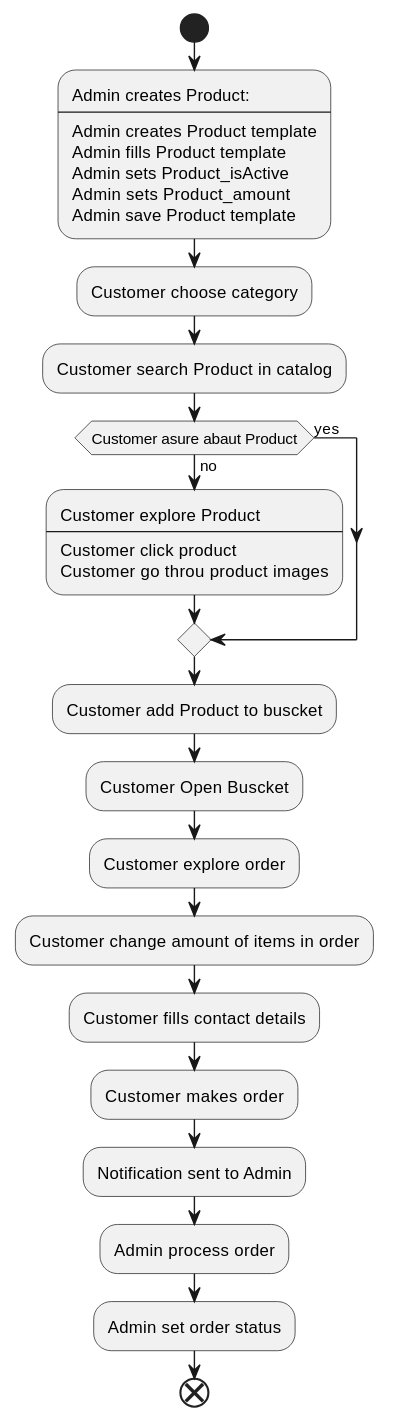
Before: out/uml/product.process/product.process.svg, a diagram exported from PlantUML (Dominus8/e-note.group). The source it was exported from:
```plantuml
@startuml
start
    :Admin creates Product:
    ----
    Admin creates Product template
    Admin fills Product template
    Admin sets Product_isActive
    Admin sets Product_amount
    Admin save Product template;

    :Customer choose category;
    :Customer search Product in catalog;
    if (Customer asure abaut Product) then (yes)

    else (no)
        :Customer explore Product
        ----
        Customer click product
        Customer go throu product images;
    endif

    :Customer add Product to buscket;
    :Customer Open Buscket;
    :Customer explore order;
    :Customer change amount of items in order;
    :Customer fills contact details;
    :Customer makes order;

    :Notification sent to Admin;
    :Admin process order;
    :Admin set order status;

end
@enduml
```
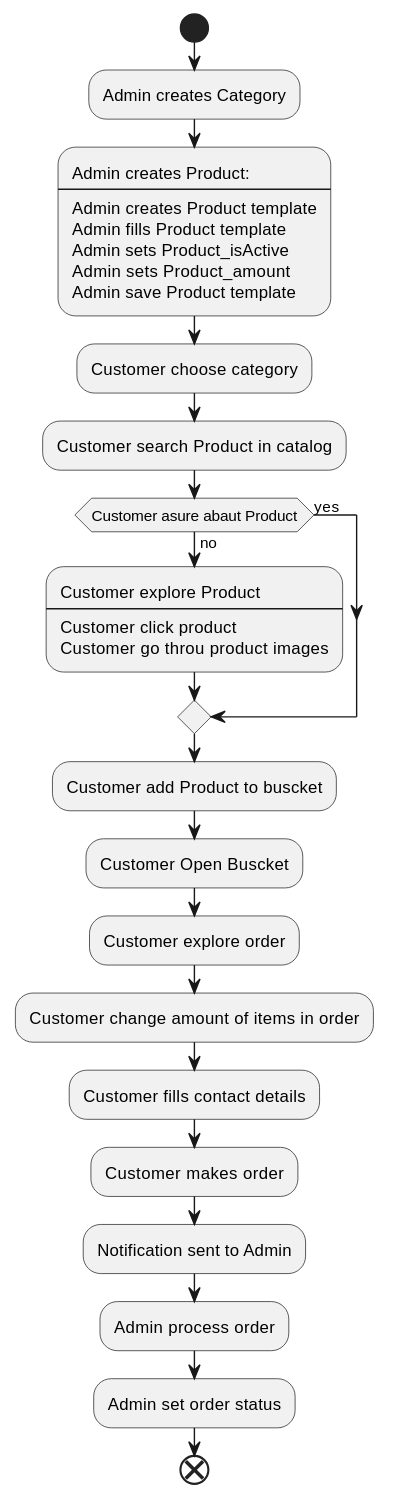
After the commit.

Commit message:
added that admin create caterory, worked on class diagram

Change to the diagram source:
```diff
@@ -1,5 +1,8 @@
 @startuml
 start
+    :Admin creates Category;
+
+
     :Admin creates Product:
     ----
     Admin creates Product template
```
